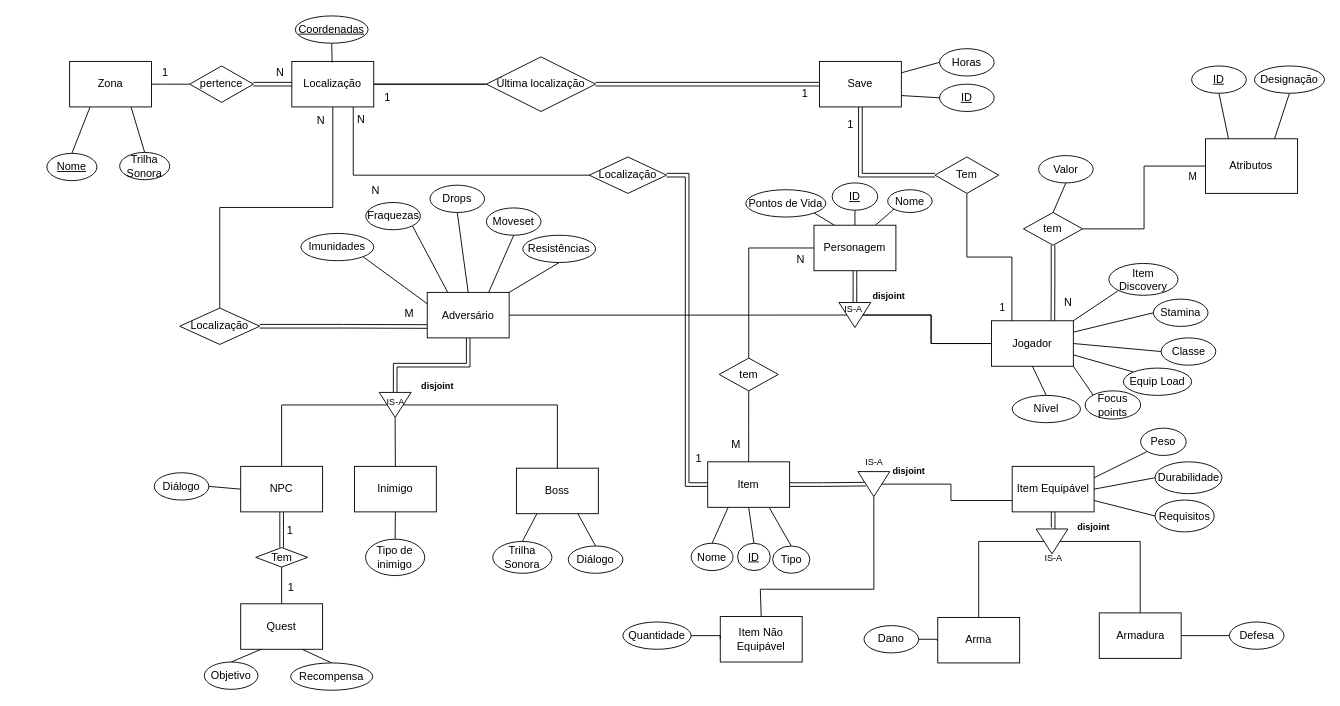
JoaoRodri19/BD keeps this draw.io diagram as ds3der.drawio. Above is the earlier version. Source tidied: cells renumbered, new cells numbered last; positions are measured from the earlier drawing's top-left corner, leaving out a move shared by most shapes. Both pictures are drawn from the tidied source at 91%, with x=0, y=0 at pixel (22, 15).
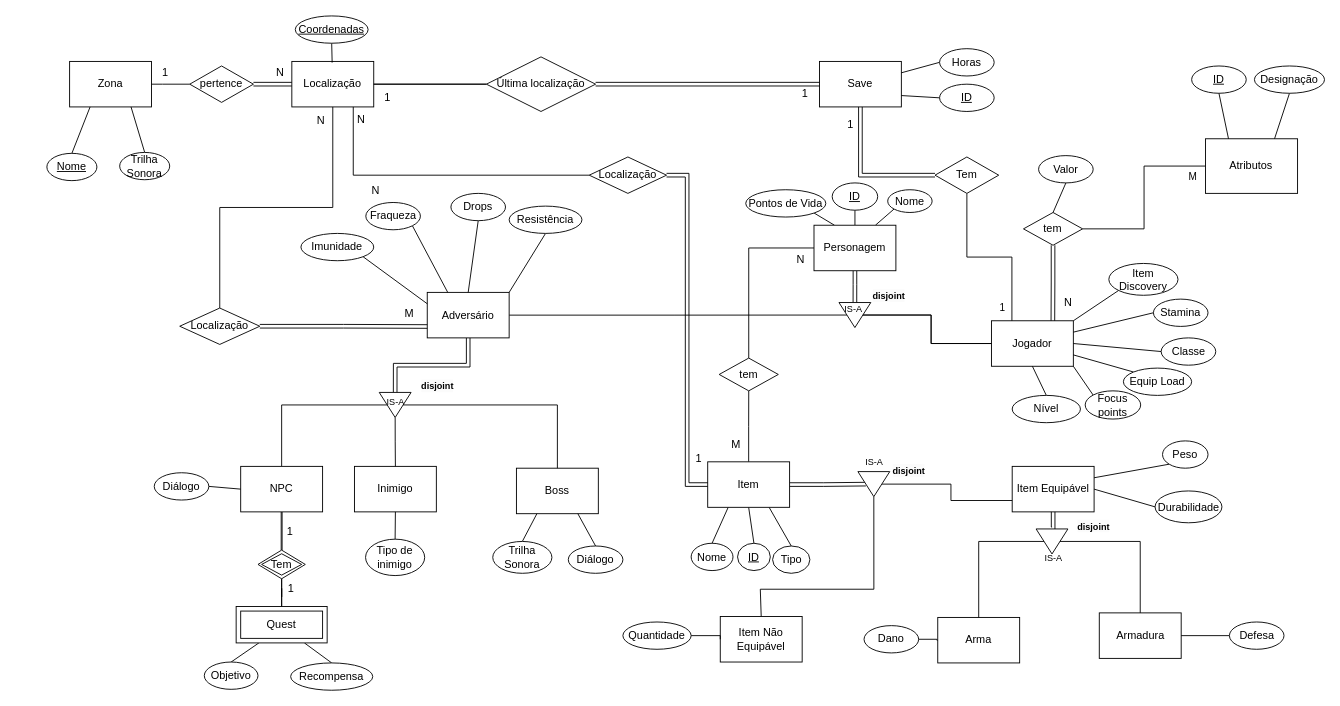
The same page after the edit.

The change refers to these unchanged cells:
```xml
<mxCell id="16" value="Adversário" style="rounded=0;whiteSpace=wrap;html=1;" parent="1" vertex="1">
  <mxGeometry x="445" y="303.8" width="90" height="50" as="geometry" />
</mxCell>
<mxCell id="27" value="Item Equipável" style="rounded=0;whiteSpace=wrap;html=1;" parent="1" vertex="1">
  <mxGeometry x="1087.8" y="495" width="90" height="50" as="geometry" />
</mxCell>
<mxCell id="136" value="NPC" style="rounded=0;whiteSpace=wrap;html=1;" parent="1" vertex="1">
  <mxGeometry x="240" y="495" width="90" height="50" as="geometry" />
</mxCell>
```

Change to the diagram source:
```diff
@@
-    <mxCell id="21" value="1" style="edgeStyle=orthogonalEdgeStyle;rounded=0;jettySize=auto;html=1;exitX=0.5;exitY=0;exitDx=0;exitDy=0;entryX=0.5;entryY=1;entryDx=0;entryDy=0;fontFamily=Helvetica;fontSize=12;endArrow=none;endFill=0;shape=link;" parent="1" edge="1" source="153" target="136">
+    <mxCell id="21" value="1" style="edgeStyle=orthogonalEdgeStyle;rounded=0;jettySize=auto;html=1;exitX=0.5;exitY=0;exitDx=0;exitDy=0;entryX=0.5;entryY=1;entryDx=0;entryDy=0;fontFamily=Helvetica;fontSize=12;endArrow=none;endFill=0;shape=link;width=1;" parent="1" edge="1" source="153" target="136">
       <mxGeometry x="-0.07" y="-9" relative="1" as="geometry" />
     </mxCell>
-    <mxCell id="22" value="Quest" style="rounded=0;whiteSpace=wrap;html=1;" parent="1" vertex="1">
-      <mxGeometry x="240" y="646" width="90" height="50" as="geometry" />
-    </mxCell>
@@
-    <mxCell id="59" value="Resistências" style="ellipse;whiteSpace=wrap;html=1;align=center;" parent="1" vertex="1">
-      <mxGeometry x="550" y="241" width="80" height="30" as="geometry" />
+    <mxCell id="59" value="Resistência" style="ellipse;whiteSpace=wrap;html=1;align=center;" parent="1" vertex="1">
+      <mxGeometry x="535" y="209" width="80" height="30" as="geometry" />
     </mxCell>
@@
-    <mxCell id="61" value="Fraquezas" style="ellipse;whiteSpace=wrap;html=1;align=center;" parent="1" vertex="1">
+    <mxCell id="61" value="Fraqueza" style="ellipse;whiteSpace=wrap;html=1;align=center;" parent="1" vertex="1">
       <mxGeometry x="377.5" y="205" width="60" height="30" as="geometry" />
     </mxCell>
@@
-    <mxCell id="63" value="Imunidades" style="ellipse;whiteSpace=wrap;html=1;align=center;" parent="1" vertex="1">
+    <mxCell id="63" value="Imunidade" style="ellipse;whiteSpace=wrap;html=1;align=center;" parent="1" vertex="1">
       <mxGeometry x="306.2" y="239" width="80" height="30" as="geometry" />
     </mxCell>
@@
     <mxCell id="65" value="Drops" style="ellipse;whiteSpace=wrap;html=1;align=center;" parent="1" vertex="1">
-      <mxGeometry x="448" y="186" width="60" height="30" as="geometry" />
+      <mxGeometry x="471" y="195" width="60" height="30" as="geometry" />
     </mxCell>
-    <mxCell id="66" style="edgeStyle=none;rounded=0;jettySize=auto;html=1;exitX=0.5;exitY=1;exitDx=0;exitDy=0;entryX=0.75;entryY=0;entryDx=0;entryDy=0;fontFamily=Helvetica;fontSize=12;endArrow=none;endFill=0;" parent="1" edge="1" source="67" target="16">
-      <mxGeometry relative="1" as="geometry" />
-    </mxCell>
-    <mxCell id="67" value="Moveset" style="ellipse;whiteSpace=wrap;html=1;align=center;" parent="1" vertex="1">
-      <mxGeometry x="510" y="211" width="60" height="30" as="geometry" />
-    </mxCell>
@@
     <mxCell id="109" value="Peso" style="ellipse;whiteSpace=wrap;html=1;align=center;" parent="1" vertex="1">
-      <mxGeometry x="1229" y="453" width="50" height="30" as="geometry" />
+      <mxGeometry x="1253" y="467" width="50" height="30" as="geometry" />
     </mxCell>
-    <mxCell id="110" style="edgeStyle=none;rounded=0;jettySize=auto;html=1;exitX=0;exitY=0.5;exitDx=0;exitDy=0;entryX=1;entryY=0.75;entryDx=0;entryDy=0;fontFamily=Helvetica;fontSize=12;endArrow=none;endFill=0;" parent="1" edge="1" source="111" target="27">
-      <mxGeometry relative="1" as="geometry" />
-    </mxCell>
-    <mxCell id="111" value="Requisitos" style="ellipse;whiteSpace=wrap;html=1;align=center;" parent="1" vertex="1">
-      <mxGeometry x="1244.8" y="532" width="65" height="35" as="geometry" />
-    </mxCell>
@@
     <mxCell id="113" value="Durabilidade" style="ellipse;whiteSpace=wrap;html=1;align=center;" parent="1" vertex="1">
-      <mxGeometry x="1244.8" y="490" width="73.5" height="35" as="geometry" />
+      <mxGeometry x="1244.8" y="522" width="73.5" height="35" as="geometry" />
     </mxCell>
@@
-    <mxCell id="153" value="Tem" style="shape=rhombus;perimeter=rhombusPerimeter;whiteSpace=wrap;html=1;align=center;" parent="1" vertex="1">
-      <mxGeometry x="256.5" y="584.2" width="57" height="21.5" as="geometry" />
-    </mxCell>
-    <mxCell id="154" value="1" style="edgeStyle=orthogonalEdgeStyle;rounded=0;jettySize=auto;html=1;exitX=0.5;exitY=0;exitDx=0;exitDy=0;entryX=0.5;entryY=1;entryDx=0;entryDy=0;fontFamily=Helvetica;fontSize=12;endArrow=none;endFill=0;" parent="1" edge="1" source="22" target="153">
-      <mxGeometry x="-0.11" y="-10" relative="1" as="geometry" />
+    <mxCell id="154" value="1" style="edgeStyle=orthogonalEdgeStyle;rounded=0;jettySize=auto;html=1;exitX=0.5;exitY=0;exitDx=0;exitDy=0;entryX=0.5;entryY=1;entryDx=0;entryDy=0;fontFamily=Helvetica;fontSize=12;endArrow=none;endFill=0;" parent="1" edge="1" source="22">
+      <mxGeometry x="-0.11" y="-10" relative="1" as="geometry">
+        <mxPoint x="285" y="605.8" as="targetPoint" />
+      </mxGeometry>
     </mxCell>
@@
+    <mxCell id="22" value="Quest" style="shape=ext;margin=3;double=1;whiteSpace=wrap;html=1;align=center;" parent="1" vertex="1">
+      <mxGeometry x="235" y="649" width="100" height="40" as="geometry" />
+    </mxCell>
+    <mxCell id="160" style="edgeStyle=orthogonalEdgeStyle;rounded=0;jettySize=auto;html=1;exitX=0.5;exitY=1;exitDx=0;exitDy=0;endArrow=none;endFill=0;" parent="1" edge="1" source="153" target="22">
+      <mxGeometry relative="1" as="geometry" />
+    </mxCell>
+    <mxCell id="153" value="Tem" style="shape=rhombus;double=1;perimeter=rhombusPerimeter;whiteSpace=wrap;html=1;align=center;" parent="1" vertex="1">
+      <mxGeometry x="259" y="587" width="52" height="31.5" as="geometry" />
+    </mxCell>
```
